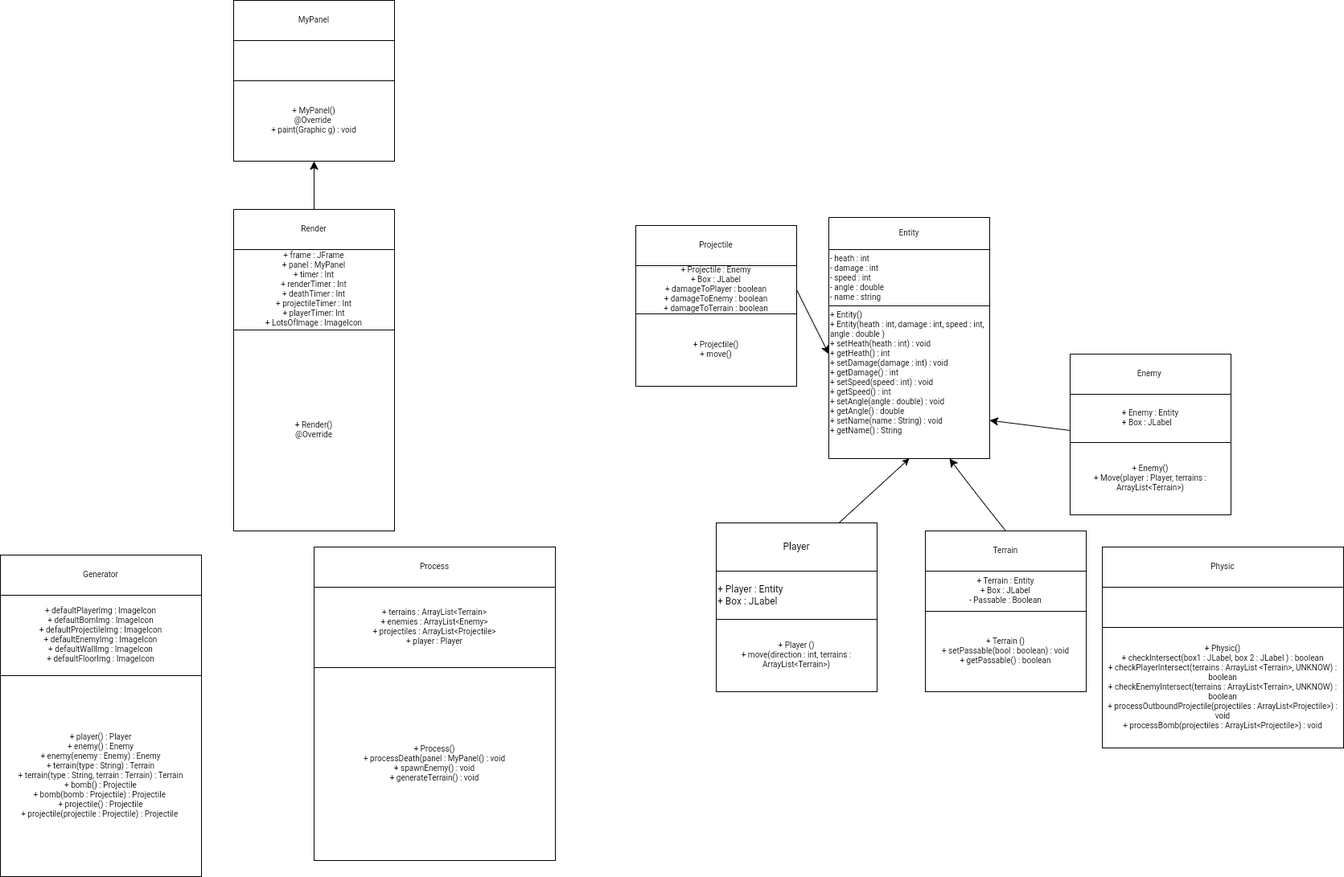
Above: Guides/Class Diagram.drawio.png in Anh39/Bomberman (draw.io), before the change. Source tidied: cells renumbered, new cells last; positions are measured from the earlier drawing's top-left corner, leaving out a move shared by most shapes.
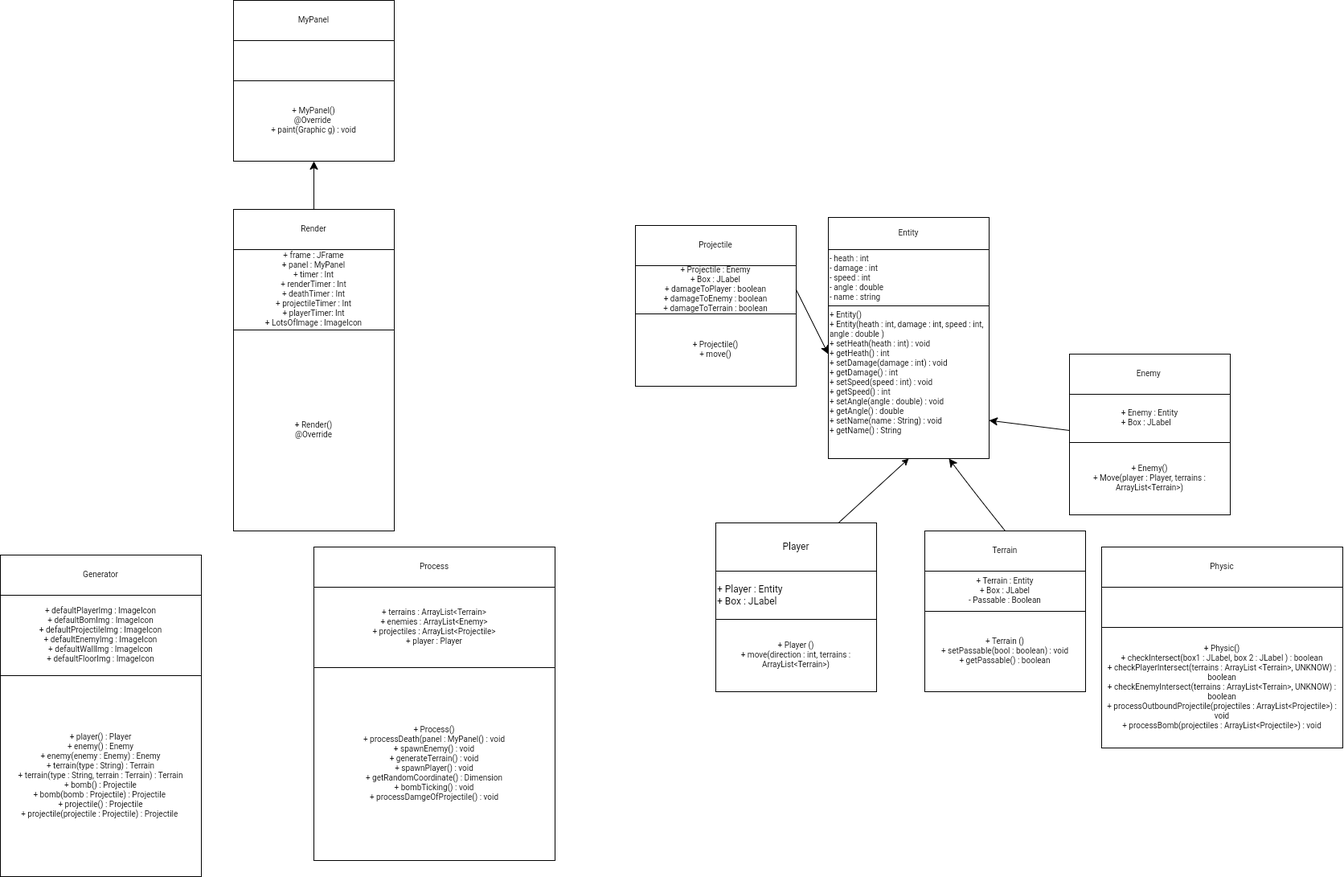
Later version of the same file.

The edit, as a diff of the source:
```diff
@@ -145,7 +145,7 @@
     <mxCell id="45" value="+ player() : Player&lt;br&gt;+ enemy() : Enemy&lt;br&gt;+ enemy(enemy : Enemy) : Enemy&lt;br&gt;+ terrain(type : String) : Terrain&lt;br&gt;+ terrain(type : String, terrain : Terrain) : Terrain&lt;br&gt;+ bomb() : Projectile&lt;br&gt;+ bomb(bomb : Projectile) : Projectile&amp;nbsp;&lt;br&gt;+ projectile() : Projectile&lt;br&gt;+ projectile(projectile : Projectile) : Projectile&amp;nbsp;" style="rounded=0;whiteSpace=wrap;html=1;fontSize=10;" parent="1" vertex="1">
       <mxGeometry y="840" width="250" height="250" as="geometry" />
     </mxCell>
-    <mxCell id="46" value="+ Process()&lt;br&gt;+ processDeath(panel : MyPanel() : void&lt;br&gt;+ spawnEnemy() : void&lt;br&gt;+ generateTerrain() : void" style="rounded=0;whiteSpace=wrap;html=1;fontSize=10;" parent="1" vertex="1">
+    <mxCell id="46" value="+ Process()&lt;br&gt;+ processDeath(panel : MyPanel() : void&lt;br&gt;+ spawnEnemy() : void&lt;br&gt;+ generateTerrain() : void&lt;br&gt;+ spawnPlayer() : void&lt;br&gt;+ getRandomCoordinate() : Dimension&lt;br&gt;+ bombTicking() : void&lt;br&gt;+ processDamgeOfProjectile() : void" style="rounded=0;whiteSpace=wrap;html=1;fontSize=10;" parent="1" vertex="1">
       <mxGeometry x="390" y="830" width="300" height="240" as="geometry" />
     </mxCell>
   </root>
```
